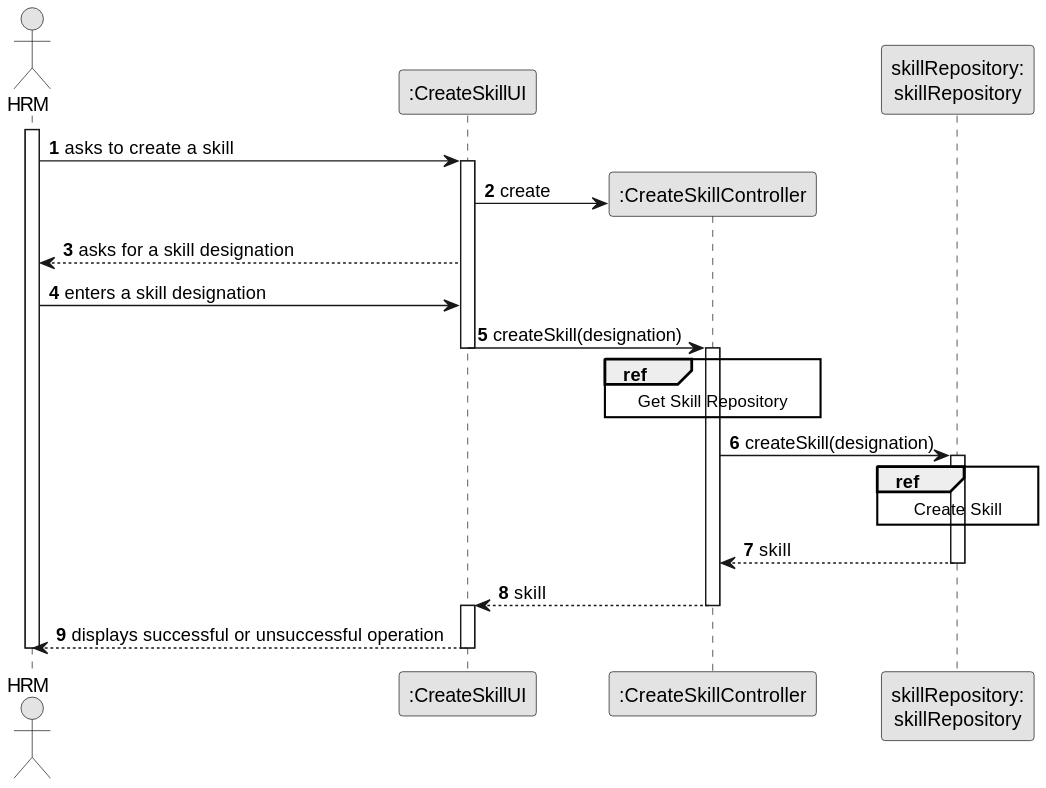
The PlantUML diagram docs/sprintB/us001/03.design/svg/us001-sequence-diagram-split.svg in ricardomm7/leaflink, before a commit.
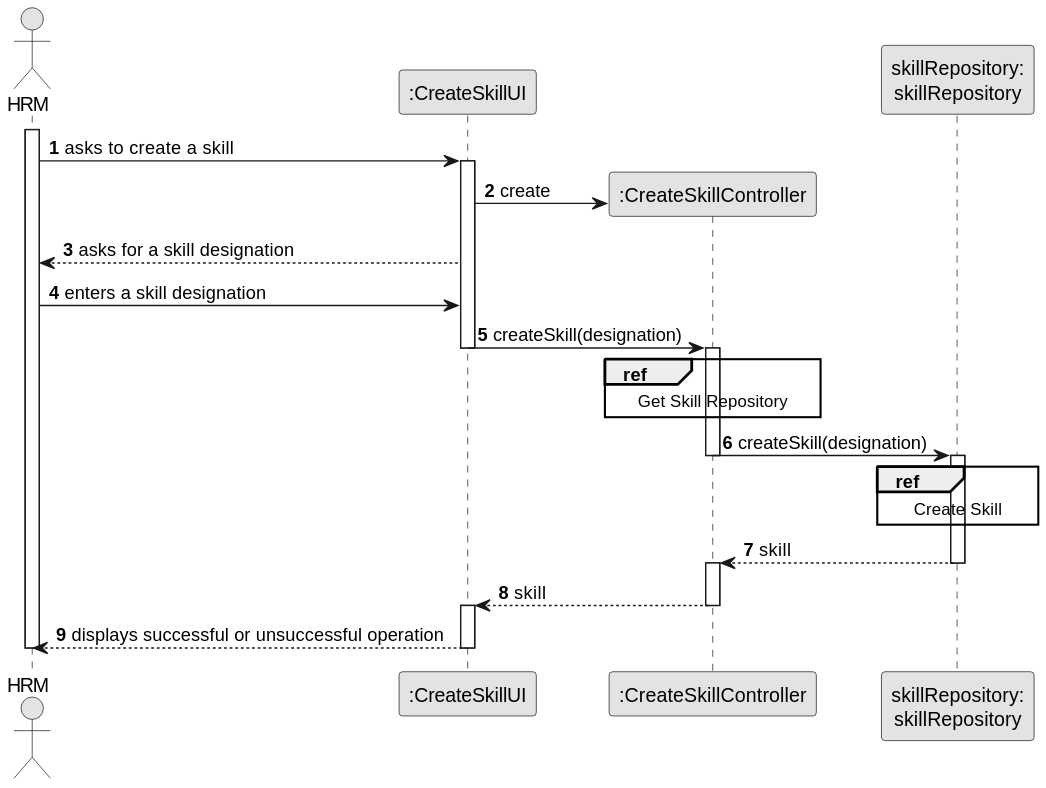
The same diagram one commit later.

Change to the diagram source:
```diff
@@ -30,23 +30,21 @@
 end ref
 
 CTRL -> skillRepository : createSkill(designation)
+deactivate CTRL
+activate skillRepository
 
-activate skillRepository
 ref over skillRepository
 Create Skill
 end ref
 
     CTRL <-- skillRepository : skill
     deactivate skillRepository
-
-
+    activate CTRL
 
     CTRL --> UI : skill
     deactivate CTRL
     activate UI
 
-
-
     UI --> HRM : displays successful or unsuccessful operation
     deactivate UI
 deactivate HRM
```
